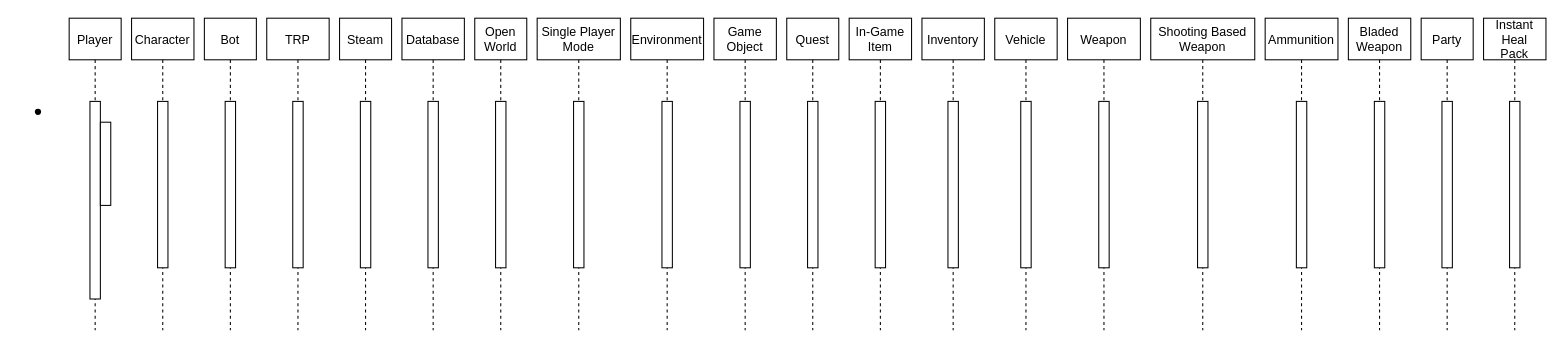
Earlier version of the draw.io diagram Pictures/sequence Diagram.drawio (FM-Man/SPL_2). Source tidied: cells renumbered, new cells numbered last; positions are measured from the earlier drawing's top-left corner, leaving out a move shared by most shapes. Both pictures are drawn from the tidied source at 104%, with x=0, y=0 at pixel (17, 18).
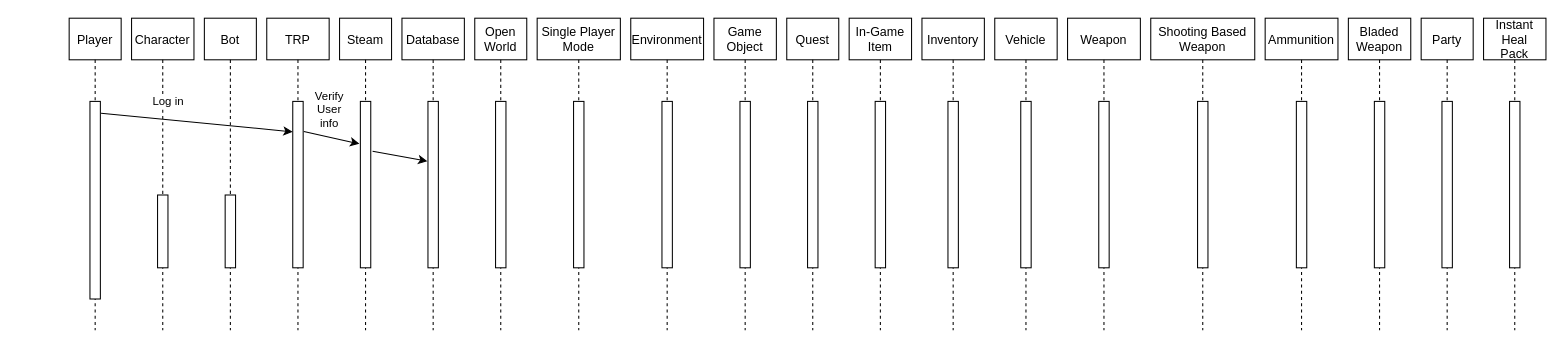
The same diagram, later.

The change refers to these unchanged cells:
```xml
<mxCell id="2" value="Player" style="shape=umlLifeline;perimeter=lifelinePerimeter;rounded=0;shadow=0;strokeWidth=1;" parent="1" vertex="1">
  <mxGeometry x="50" width="50" height="300" as="geometry" />
</mxCell>
<mxCell id="3" style="points=[];perimeter=orthogonalPerimeter;rounded=0;shadow=0;strokeWidth=1;" parent="2" vertex="1">
  <mxGeometry x="20" y="80" width="10" height="190" as="geometry" />
</mxCell>
<mxCell id="5" value="Character" style="shape=umlLifeline;perimeter=lifelinePerimeter;rounded=0;shadow=0;strokeWidth=1;" parent="1" vertex="1">
  <mxGeometry x="110" width="60" height="300" as="geometry" />
</mxCell>
<mxCell id="7" value="Bot" style="shape=umlLifeline;perimeter=lifelinePerimeter;rounded=0;shadow=0;strokeWidth=1;" parent="1" vertex="1">
  <mxGeometry x="180" width="50" height="300" as="geometry" />
</mxCell>
<mxCell id="10" style="points=[];perimeter=orthogonalPerimeter;rounded=0;shadow=0;strokeWidth=1;" parent="9" vertex="1">
  <mxGeometry x="25" y="80" width="10" height="160" as="geometry" />
</mxCell>
<mxCell id="12" style="points=[];perimeter=orthogonalPerimeter;rounded=0;shadow=0;strokeWidth=1;" parent="11" vertex="1">
  <mxGeometry x="20" y="80" width="10" height="160" as="geometry" />
</mxCell>
<mxCell id="14" style="points=[];perimeter=orthogonalPerimeter;rounded=0;shadow=0;strokeWidth=1;" parent="13" vertex="1">
  <mxGeometry x="25" y="80" width="10" height="160" as="geometry" />
</mxCell>
```

Diff of the diagram source:
```diff
@@
-    <mxCell id="4" style="perimeter=orthogonalPerimeter;rounded=0;shadow=0;strokeWidth=1;" parent="2" vertex="1">
-      <mxGeometry x="30" y="100" width="10" height="80" as="geometry" />
-    </mxCell>
@@
     <mxCell id="6" style="perimeter=orthogonalPerimeter;rounded=0;shadow=0;strokeWidth=1;" parent="5" vertex="1">
-      <mxGeometry x="25" y="80" width="10" height="160" as="geometry" />
+      <mxGeometry x="25" y="170" width="10" height="70" as="geometry" />
     </mxCell>
@@
     <mxCell id="8" style="perimeter=orthogonalPerimeter;rounded=0;shadow=0;strokeWidth=1;" parent="7" vertex="1">
-      <mxGeometry x="20" y="80" width="10" height="160" as="geometry" />
+      <mxGeometry x="20" y="170" width="10" height="70" as="geometry" />
     </mxCell>
@@
-    <mxCell id="43" style="shape=waypoint;sketch=0;fillStyle=solid;size=6;fillColor=none;perimeter=centerPerimeter;" parent="1" vertex="1">
-      <mxGeometry y="70" width="40" height="40" as="geometry" />
-    </mxCell>
+    <mxCell id="44" style="endArrow=classic;html=1;rounded=0;exitX=1.065;exitY=0.06;exitDx=0;exitDy=0;exitPerimeter=0;entryX=-0.015;entryY=0.183;entryDx=0;entryDy=0;entryPerimeter=0;" parent="1" edge="1" source="3" target="10">
+      <mxGeometry relative="1" as="geometry" />
+    </mxCell>
+    <mxCell id="45" value="Log in" style="edgeLabel;html=1;align=center;verticalAlign=middle;" parent="44" vertex="1">
+      <mxGeometry x="-0.29" y="1" relative="1" as="geometry">
+        <mxPoint x="-2" y="-17" as="offset" />
+      </mxGeometry>
+    </mxCell>
+    <mxCell id="46" style="endArrow=classic;html=1;rounded=0;entryX=-0.092;entryY=0.255;entryDx=0;entryDy=0;entryPerimeter=0;exitX=1.062;exitY=0.181;exitDx=0;exitDy=0;exitPerimeter=0;" parent="1" edge="1" source="10" target="12">
+      <mxGeometry relative="1" as="geometry" />
+    </mxCell>
+    <mxCell id="47" value="&lt;div&gt;Verify&lt;/div&gt;&lt;div&gt;User&lt;/div&gt;&lt;div&gt;info&lt;br&gt;&lt;/div&gt;" style="edgeLabel;html=1;align=center;verticalAlign=middle;" parent="46" vertex="1">
+      <mxGeometry x="-0.21" relative="1" as="geometry">
+        <mxPoint x="2" y="-26" as="offset" />
+      </mxGeometry>
+    </mxCell>
+    <mxCell id="48" style="endArrow=classic;html=1;rounded=0;exitX=1.177;exitY=0.299;exitDx=0;exitDy=0;exitPerimeter=0;entryX=-0.054;entryY=0.359;entryDx=0;entryDy=0;entryPerimeter=0;" parent="1" edge="1" source="12" target="14">
+      <mxGeometry relative="1" as="geometry" />
+    </mxCell>
```
